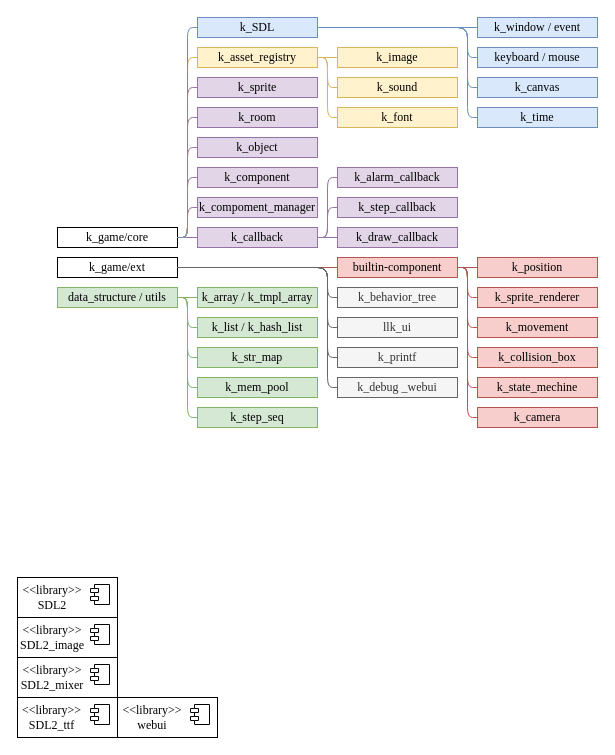
Earlier version of the draw.io diagram page "模块，思维导图" (1 of 18) of docs/drawio/k_game.drawio (szdxdxdx/k_game). Source tidied: cells renumbered, new cells numbered last; positions are measured from the earlier drawing's top-left corner, leaving out a move shared by most shapes. Both pictures are drawn from the tidied source at 100%, with x=0, y=0 at pixel (17, 17).
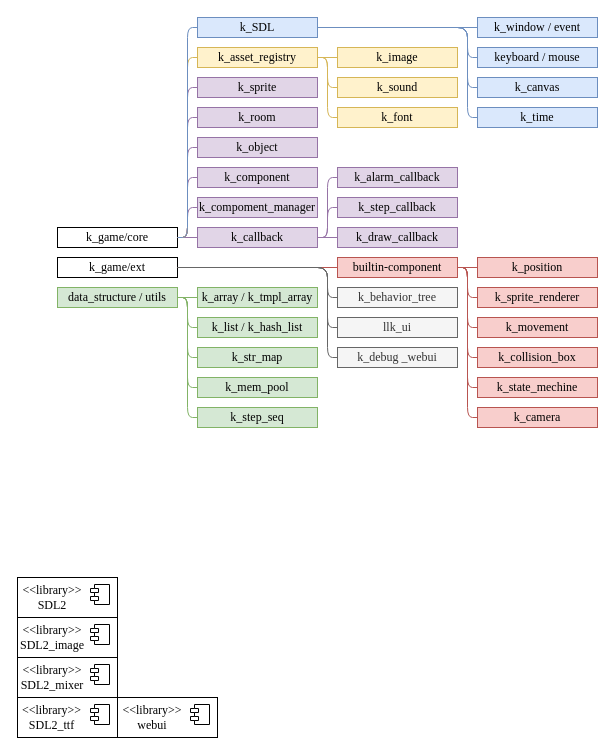
The same page after the edit.

The change refers to these unchanged cells:
```xml
<mxCell id="12" value="k_game/ext" style="rounded=0;whiteSpace=wrap;html=1;fontFamily=Times New Roman;" parent="1" vertex="1">
  <mxGeometry x="40" y="240" width="120" height="20" as="geometry" />
</mxCell>
```

Change to the diagram source:
```diff
@@
     <mxCell id="13" value="k_debug _webui" style="rounded=0;whiteSpace=wrap;html=1;fontFamily=Times New Roman;fillColor=#f5f5f5;fontColor=#333333;strokeColor=#666666;" parent="1" vertex="1">
-      <mxGeometry x="320" y="360" width="120" height="20" as="geometry" />
+      <mxGeometry x="320" y="330" width="120" height="20" as="geometry" />
     </mxCell>
@@
     <mxCell id="30" style="endArrow=none;html=1;rounded=1;edgeStyle=orthogonalEdgeStyle;fillColor=#f5f5f5;strokeColor=#666666;" parent="1" edge="1" source="12" target="13">
       <mxGeometry relative="1" as="geometry">
         <Array as="points">
           <mxPoint x="310" y="250" />
-          <mxPoint x="310" y="370" />
+          <mxPoint x="310" y="340" />
         </Array>
       </mxGeometry>
     </mxCell>
-    <mxCell id="31" value="k_printf" style="rounded=0;whiteSpace=wrap;html=1;fontFamily=Times New Roman;fillColor=#f5f5f5;strokeColor=#666666;fontColor=#333333;" parent="1" vertex="1">
-      <mxGeometry x="320" y="330" width="120" height="20" as="geometry" />
-    </mxCell>
-    <mxCell id="32" style="endArrow=none;html=1;rounded=1;edgeStyle=orthogonalEdgeStyle;fillColor=#f5f5f5;strokeColor=#666666;" parent="1" edge="1" source="12" target="31">
-      <mxGeometry relative="1" as="geometry">
-        <Array as="points">
-          <mxPoint x="310" y="250" />
-          <mxPoint x="310" y="340" />
-        </Array>
-      </mxGeometry>
-    </mxCell>
```
